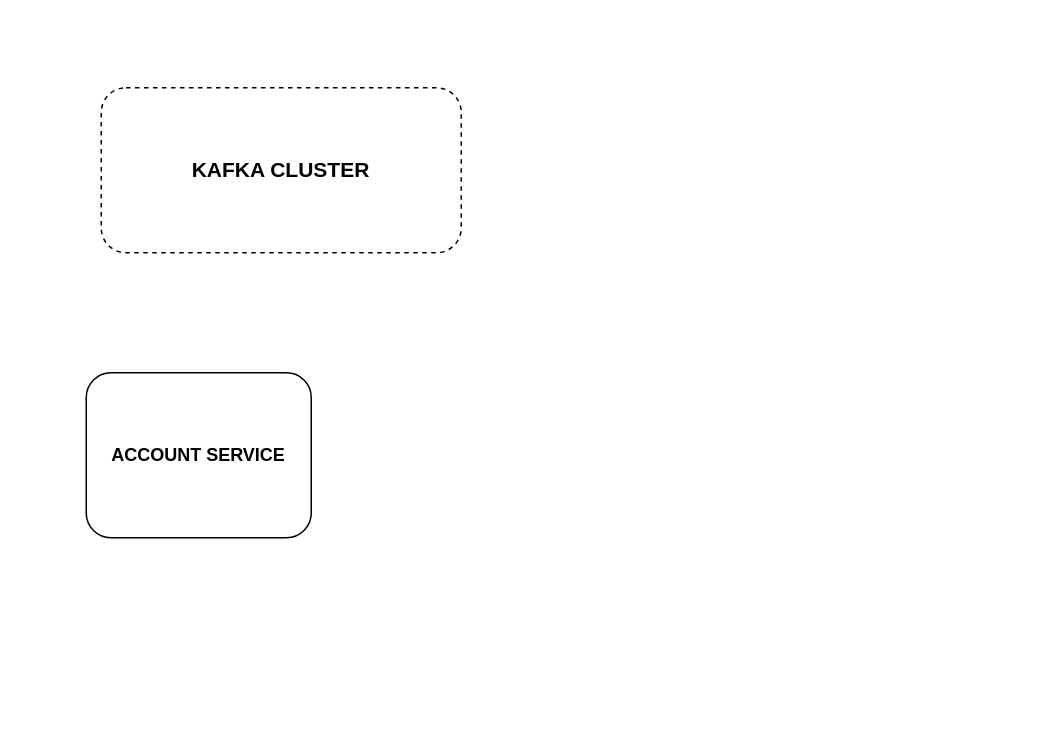
Before: microservices_diagram.drawio in selvakumarEsra/architectureDiagrams, a draw.io diagram. Source tidied: cells renumbered, new cells numbered last; positions are measured from the earlier drawing's top-left corner, leaving out a move shared by most shapes. Both pictures are drawn from the tidied source at 150%, with x=0, y=0 at pixel (86, 87).
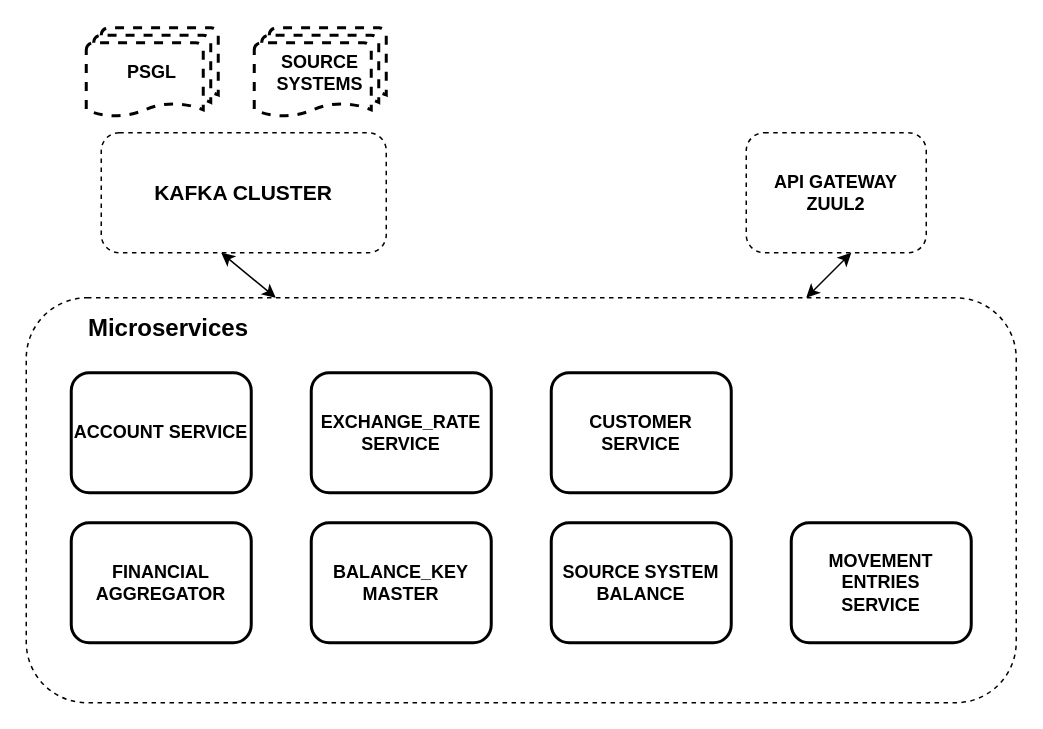
Above is the later version.

Change to the diagram source:
```diff
@@
 <mxGraphModel>
   <root>
     <mxCell id="0" />
     <mxCell id="1" parent="0" />
+    <mxCell id="4" style="rounded=1;whiteSpace=wrap;html=1;strokeWidth=1;dashed=1;" parent="1" vertex="1">
+      <mxGeometry x="-40" y="140" width="660" height="270" as="geometry" />
+    </mxCell>
     <mxCell id="2" value="&lt;font style=&quot;font-size: 14px&quot;&gt;&lt;b&gt;KAFKA CLUSTER&lt;/b&gt;&lt;/font&gt;" style="rounded=1;whiteSpace=wrap;html=1;dashed=1;" parent="1" vertex="1">
-      <mxGeometry x="10" width="240" height="110" as="geometry" />
+      <mxGeometry x="10" y="30" width="190" height="80" as="geometry" />
     </mxCell>
-    <mxCell id="3" value="&lt;b&gt;ACCOUNT SERVICE&lt;/b&gt;" style="rounded=1;whiteSpace=wrap;html=1;" parent="1" vertex="1">
-      <mxGeometry y="190" width="150" height="110" as="geometry" />
+    <mxCell id="3" value="&lt;b&gt;ACCOUNT SERVICE&lt;/b&gt;" style="rounded=1;whiteSpace=wrap;html=1;strokeWidth=2;" parent="1" vertex="1">
+      <mxGeometry x="-10" y="190" width="120" height="80" as="geometry" />
     </mxCell>
+    <mxCell id="5" value="&lt;b&gt;EXCHANGE_RATE&lt;br&gt;SERVICE&lt;/b&gt;" style="rounded=1;whiteSpace=wrap;html=1;strokeWidth=2;" parent="1" vertex="1">
+      <mxGeometry x="150" y="190" width="120" height="80" as="geometry" />
+    </mxCell>
+    <mxCell id="6" value="&lt;b&gt;API GATEWAY&lt;br&gt;ZUUL2&lt;br&gt;&lt;/b&gt;" style="rounded=1;whiteSpace=wrap;html=1;strokeWidth=1;dashed=1;" parent="1" vertex="1">
+      <mxGeometry x="440" y="30" width="120" height="80" as="geometry" />
+    </mxCell>
+    <mxCell id="7" value="&lt;b&gt;PSGL&lt;/b&gt;" style="strokeWidth=2;html=1;shape=mxgraph.flowchart.multi-document;whiteSpace=wrap;dashed=1;" parent="1" vertex="1">
+      <mxGeometry y="-40" width="88" height="60" as="geometry" />
+    </mxCell>
+    <mxCell id="8" value="&lt;b&gt;SOURCE SYSTEMS&lt;/b&gt;" style="strokeWidth=2;html=1;shape=mxgraph.flowchart.multi-document;whiteSpace=wrap;dashed=1;" parent="1" vertex="1">
+      <mxGeometry x="112" y="-40" width="88" height="60" as="geometry" />
+    </mxCell>
+    <mxCell id="9" value="&lt;b&gt;CUSTOMER SERVICE&lt;/b&gt;" style="rounded=1;whiteSpace=wrap;html=1;strokeWidth=2;" parent="1" vertex="1">
+      <mxGeometry x="310" y="190" width="120" height="80" as="geometry" />
+    </mxCell>
+    <mxCell id="10" value="&lt;b&gt;MOVEMENT ENTRIES&lt;br&gt;SERVICE&lt;/b&gt;" style="rounded=1;whiteSpace=wrap;html=1;strokeWidth=2;" parent="1" vertex="1">
+      <mxGeometry x="470" y="290" width="120" height="80" as="geometry" />
+    </mxCell>
+    <mxCell id="11" value="&lt;b&gt;FINANCIAL AGGREGATOR&lt;/b&gt;" style="rounded=1;whiteSpace=wrap;html=1;strokeWidth=2;" parent="1" vertex="1">
+      <mxGeometry x="-10" y="290" width="120" height="80" as="geometry" />
+    </mxCell>
+    <mxCell id="12" value="&lt;b&gt;BALANCE_KEY MASTER&lt;/b&gt;" style="rounded=1;whiteSpace=wrap;html=1;strokeWidth=2;" parent="1" vertex="1">
+      <mxGeometry x="150" y="290" width="120" height="80" as="geometry" />
+    </mxCell>
+    <mxCell id="13" value="&lt;b&gt;SOURCE SYSTEM BALANCE &lt;br&gt;&lt;/b&gt;" style="rounded=1;whiteSpace=wrap;html=1;strokeWidth=2;" parent="1" vertex="1">
+      <mxGeometry x="310" y="290" width="120" height="80" as="geometry" />
+    </mxCell>
+    <mxCell id="14" value="&lt;b&gt;&lt;font style=&quot;font-size: 16px&quot;&gt;Microservices&lt;/font&gt;&lt;/b&gt;" style="text;html=1;strokeColor=none;fillColor=none;align=center;verticalAlign=middle;whiteSpace=wrap;rounded=0;dashed=1;" parent="1" vertex="1">
+      <mxGeometry x="-10" y="150" width="130" height="20" as="geometry" />
+    </mxCell>
+    <mxCell id="15" style="endArrow=classic;startArrow=classic;html=1;" parent="1" edge="1" source="4">
+      <mxGeometry relative="1" as="geometry">
+        <mxPoint x="90" y="110" as="targetPoint" />
+      </mxGeometry>
+    </mxCell>
+    <mxCell id="16" style="endArrow=classic;startArrow=classic;html=1;" parent="1" edge="1">
+      <mxGeometry relative="1" as="geometry">
+        <mxPoint x="480" y="140" as="sourcePoint" />
+        <mxPoint x="510" y="110" as="targetPoint" />
+      </mxGeometry>
+    </mxCell>
   </root>
 </mxGraphModel>
```
